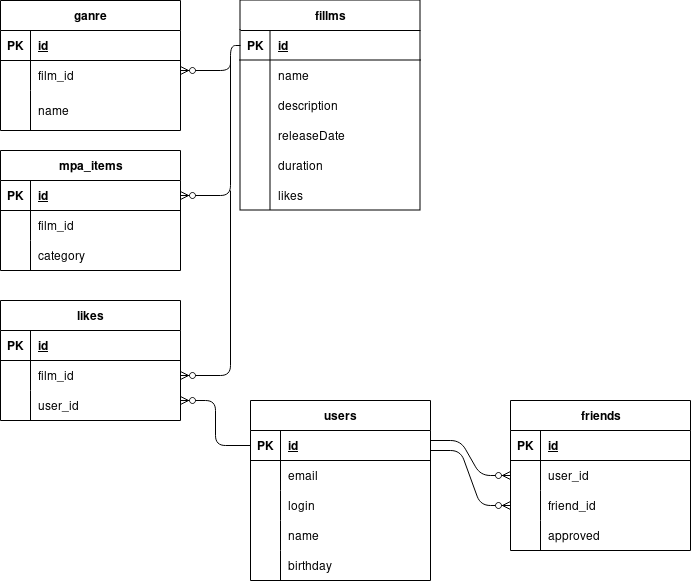
esycheva/java-filmorate keeps this draw.io diagram as filmorate_db.png. Above is the earlier version. Source tidied: cells renumbered, new cells last; positions are measured from the earlier drawing's top-left corner, leaving out a move shared by most shapes.
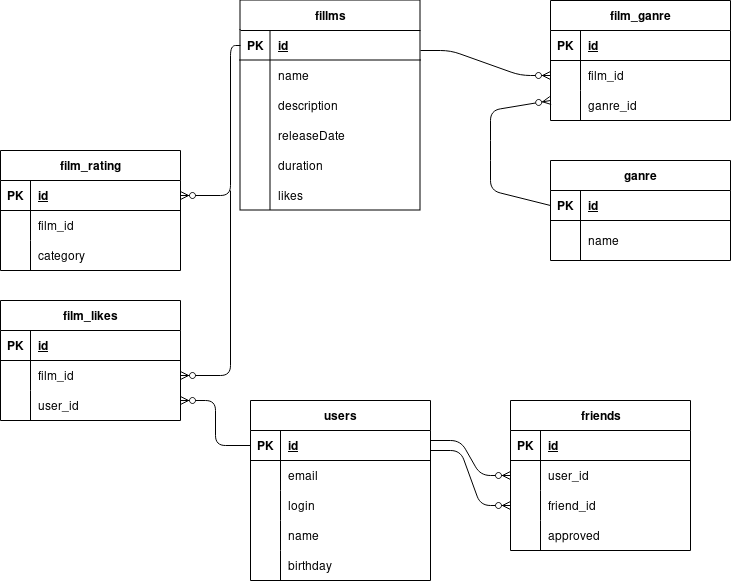
Above is the later version.

Commit message:
исправлена схема БД

What changed in the source:
```diff
@@ -60,7 +60,7 @@
       <mxGeometry x="30" width="150" height="30" as="geometry" />
     </mxCell>
     <mxCell id="21" value="ganre" style="shape=table;startSize=30;rowLines=0;fontStyle=1;align=center;html=1;" parent="1" vertex="1">
-      <mxGeometry width="180" height="130" as="geometry" />
+      <mxGeometry x="550" y="160" width="180" height="100" as="geometry" />
     </mxCell>
     <mxCell id="22" style="shape=tableRow;horizontal=0;startSize=0;swimlaneHead=0;swimlaneBody=0;fillColor=none;points=[[0,0.5],[1,0.5]];portConstraint=eastwest;top=0;left=0;right=0;bottom=1;" parent="21" vertex="1">
       <mxGeometry y="30" width="180" height="30" as="geometry" />
@@ -71,17 +71,8 @@
     <mxCell id="24" value="id" style="shape=partialRectangle;fillColor=none;top=0;left=0;bottom=0;right=0;align=left;spacingLeft=6;fontStyle=5;overflow=hidden;whiteSpace=wrap;html=1;" parent="22" vertex="1">
       <mxGeometry x="30" width="150" height="30" as="geometry" />
     </mxCell>
-    <mxCell id="25" style="shape=tableRow;horizontal=0;startSize=0;swimlaneHead=0;swimlaneBody=0;fillColor=none;points=[[0,0.5],[1,0.5]];portConstraint=eastwest;top=0;left=0;right=0;bottom=0;" parent="21" vertex="1">
-      <mxGeometry y="60" width="180" height="30" as="geometry" />
-    </mxCell>
-    <mxCell id="26" style="shape=partialRectangle;fillColor=none;top=0;left=0;bottom=0;right=0;overflow=hidden;whiteSpace=wrap;html=1;" parent="25" vertex="1">
-      <mxGeometry width="30" height="30" as="geometry" />
-    </mxCell>
-    <mxCell id="27" value="film_id" style="shape=partialRectangle;fillColor=none;top=0;left=0;bottom=0;right=0;align=left;spacingLeft=6;overflow=hidden;whiteSpace=wrap;html=1;" parent="25" vertex="1">
-      <mxGeometry x="30" width="150" height="30" as="geometry" />
-    </mxCell>
     <mxCell id="28" style="shape=tableRow;horizontal=0;startSize=0;swimlaneHead=0;swimlaneBody=0;fillColor=none;top=0;left=0;right=0;bottom=0;" parent="21" vertex="1">
-      <mxGeometry y="90" width="180" height="40" as="geometry" />
+      <mxGeometry y="60" width="180" height="40" as="geometry" />
     </mxCell>
     <mxCell id="29" style="shape=partialRectangle;fillColor=none;top=0;left=0;bottom=0;right=0;overflow=hidden;whiteSpace=wrap;html=1;" parent="28" vertex="1">
       <mxGeometry width="30" height="40" as="geometry" />
@@ -89,7 +80,7 @@
     <mxCell id="30" value="name" style="shape=partialRectangle;fillColor=none;top=0;left=0;bottom=0;right=0;align=left;spacingLeft=6;overflow=hidden;whiteSpace=wrap;html=1;" parent="28" vertex="1">
       <mxGeometry x="30" width="150" height="40" as="geometry" />
     </mxCell>
-    <mxCell id="31" value="mpa_items" style="shape=table;startSize=30;rowLines=0;fontStyle=1;align=center;html=1;" parent="1" vertex="1">
+    <mxCell id="31" value="film_rating" style="shape=table;startSize=30;rowLines=0;fontStyle=1;align=center;html=1;" parent="1" vertex="1">
       <mxGeometry y="150" width="180" height="120" as="geometry" />
     </mxCell>
     <mxCell id="32" style="shape=tableRow;horizontal=0;startSize=0;swimlaneHead=0;swimlaneBody=0;fillColor=none;points=[[0,0.5],[1,0.5]];portConstraint=eastwest;top=0;left=0;right=0;bottom=1;" parent="31" vertex="1">
@@ -119,7 +110,7 @@
     <mxCell id="40" value="category" style="shape=partialRectangle;fillColor=none;top=0;left=0;bottom=0;right=0;align=left;spacingLeft=6;overflow=hidden;whiteSpace=wrap;html=1;" parent="38" vertex="1">
       <mxGeometry x="30" width="150" height="30" as="geometry" />
     </mxCell>
-    <mxCell id="41" value="likes" style="shape=table;startSize=30;rowLines=0;fontStyle=1;align=center;html=1;" parent="1" vertex="1">
+    <mxCell id="41" value="film_likes" style="shape=table;startSize=30;rowLines=0;fontStyle=1;align=center;html=1;" parent="1" vertex="1">
       <mxGeometry y="300" width="180" height="120" as="geometry" />
     </mxCell>
     <mxCell id="42" style="shape=tableRow;horizontal=0;startSize=0;swimlaneHead=0;swimlaneBody=0;fillColor=none;top=0;left=0;right=0;bottom=1;" parent="41" vertex="1">
@@ -236,19 +227,10 @@
     <mxCell id="79" value="approved" style="shape=partialRectangle;fillColor=none;top=0;left=0;bottom=0;right=0;align=left;spacingLeft=6;overflow=hidden;whiteSpace=wrap;html=1;" parent="77" vertex="1">
       <mxGeometry x="30" width="150" height="30" as="geometry" />
     </mxCell>
-    <mxCell id="80" style="edgeStyle=orthogonalEdgeStyle;fontSize=12;html=1;endArrow=ERzeroToMany;endFill=1;rounded=1;exitX=0;exitY=0.5;exitDx=0;exitDy=0;curved=0;" parent="1" edge="1" source="3">
-      <mxGeometry relative="1" as="geometry">
-        <mxPoint x="180" y="70" as="targetPoint" />
-        <Array as="points">
-          <mxPoint x="230" y="45" />
-          <mxPoint x="230" y="70" />
-        </Array>
-      </mxGeometry>
-    </mxCell>
-    <mxCell id="81" style="fontSize=12;html=1;endArrow=ERzeroToMany;endFill=1;rounded=1;entryX=1;entryY=0.5;entryDx=0;entryDy=0;edgeStyle=orthogonalEdgeStyle;curved=0;" parent="1" edge="1" target="32">
+    <mxCell id="81" style="fontSize=12;html=1;endArrow=ERzeroToMany;endFill=1;rounded=1;entryX=1;entryY=0.5;entryDx=0;entryDy=0;edgeStyle=orthogonalEdgeStyle;curved=0;exitX=0;exitY=0.5;exitDx=0;exitDy=0;" parent="1" edge="1" source="3" target="32">
       <mxGeometry relative="1" as="geometry">
-        <mxPoint x="230" y="60" as="sourcePoint" />
         <Array as="points">
+          <mxPoint x="230" y="45" />
           <mxPoint x="230" y="195" />
         </Array>
       </mxGeometry>
@@ -271,5 +253,50 @@
         <mxPoint x="430" y="450" as="sourcePoint" />
       </mxGeometry>
     </mxCell>
+    <mxCell id="86" value="film_ganre" style="shape=table;startSize=30;rowLines=0;fontStyle=1;align=center;html=1;" parent="1" vertex="1">
+      <mxGeometry x="550" width="180" height="120" as="geometry" />
+    </mxCell>
+    <mxCell id="87" style="shape=tableRow;horizontal=0;startSize=0;swimlaneHead=0;swimlaneBody=0;fillColor=none;top=0;left=0;right=0;bottom=1;" parent="86" vertex="1">
+      <mxGeometry y="30" width="180" height="30" as="geometry" />
+    </mxCell>
+    <mxCell id="88" value="PK" style="shape=partialRectangle;fillColor=none;top=0;left=0;bottom=0;right=0;fontStyle=1;overflow=hidden;whiteSpace=wrap;html=1;" parent="87" vertex="1">
+      <mxGeometry width="30" height="30" as="geometry" />
+    </mxCell>
+    <mxCell id="89" value="id" style="shape=partialRectangle;fillColor=none;top=0;left=0;bottom=0;right=0;align=left;spacingLeft=6;fontStyle=5;overflow=hidden;whiteSpace=wrap;html=1;" parent="87" vertex="1">
+      <mxGeometry x="30" width="150" height="30" as="geometry" />
+    </mxCell>
+    <mxCell id="25" style="shape=tableRow;horizontal=0;startSize=0;swimlaneHead=0;swimlaneBody=0;fillColor=none;points=[[0,0.5],[1,0.5]];portConstraint=eastwest;top=0;left=0;right=0;bottom=0;" parent="86" vertex="1">
+      <mxGeometry y="60" width="180" height="30" as="geometry" />
+    </mxCell>
+    <mxCell id="90" style="shape=partialRectangle;fillColor=none;top=0;left=0;bottom=0;right=0;overflow=hidden;whiteSpace=wrap;html=1;" parent="25" vertex="1">
+      <mxGeometry width="30" height="30" as="geometry" />
+    </mxCell>
+    <mxCell id="27" value="film_id" style="shape=partialRectangle;fillColor=none;top=0;left=0;bottom=0;right=0;align=left;spacingLeft=6;overflow=hidden;whiteSpace=wrap;html=1;" parent="25" vertex="1">
+      <mxGeometry x="30" width="150" height="30" as="geometry" />
+    </mxCell>
+    <mxCell id="91" style="shape=tableRow;horizontal=0;startSize=0;swimlaneHead=0;swimlaneBody=0;fillColor=none;top=0;left=0;right=0;bottom=0;" parent="86" vertex="1">
+      <mxGeometry y="90" width="180" height="30" as="geometry" />
+    </mxCell>
+    <mxCell id="92" style="shape=partialRectangle;fillColor=none;top=0;left=0;bottom=0;right=0;overflow=hidden;whiteSpace=wrap;html=1;" parent="91" vertex="1">
+      <mxGeometry width="30" height="30" as="geometry" />
+    </mxCell>
+    <mxCell id="93" value="ganre_id" style="shape=partialRectangle;fillColor=none;top=0;left=0;bottom=0;right=0;align=left;spacingLeft=6;overflow=hidden;whiteSpace=wrap;html=1;" parent="91" vertex="1">
+      <mxGeometry x="30" width="150" height="30" as="geometry" />
+    </mxCell>
+    <mxCell id="94" style="edgeStyle=entityRelationEdgeStyle;fontSize=12;html=1;endArrow=ERzeroToMany;endFill=1;rounded=1;entryX=0;entryY=0.5;entryDx=0;entryDy=0;curved=0;" parent="1" edge="1" target="25">
+      <mxGeometry relative="1" as="geometry">
+        <mxPoint x="420" y="50" as="sourcePoint" />
+      </mxGeometry>
+    </mxCell>
+    <mxCell id="95" style="fontSize=12;html=1;endArrow=ERzeroToMany;endFill=1;rounded=1;exitX=0;exitY=0.5;exitDx=0;exitDy=0;curved=0;" parent="1" edge="1" source="22">
+      <mxGeometry relative="1" as="geometry">
+        <mxPoint x="550" y="100" as="targetPoint" />
+        <Array as="points">
+          <mxPoint x="490" y="190" />
+          <mxPoint x="490" y="150" />
+          <mxPoint x="490" y="110" />
+        </Array>
+      </mxGeometry>
+    </mxCell>
   </root>
 </mxGraphModel>
```
